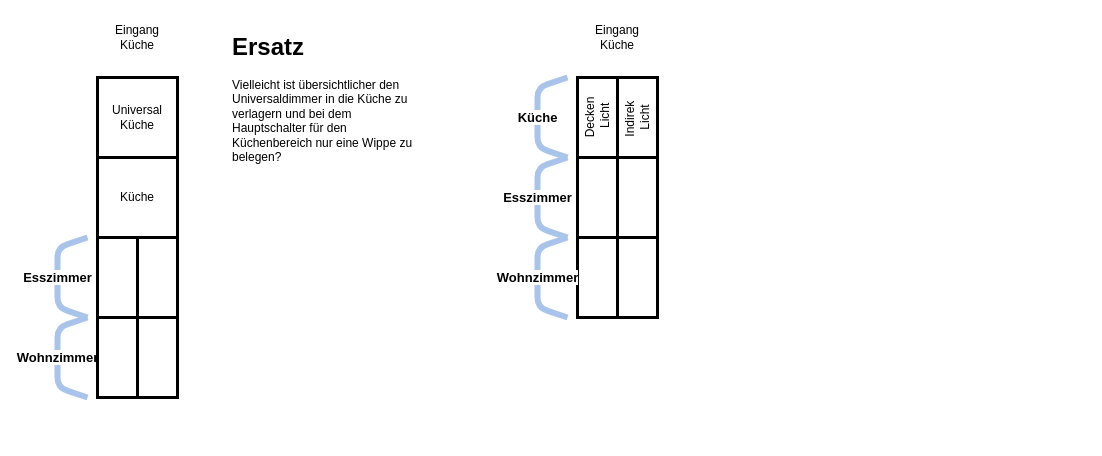
Before: page "Configuration Enchufes" (2 of 2) of images.obergeschoss.plan-electrico/20200329/obergeschoss.plan-electrico.drawio in carloscorva/me.haus.ourhomeisourcastle, a draw.io diagram. Source tidied: cells renumbered, new cells numbered last; positions are measured from the earlier drawing's top-left corner, leaving out a move shared by most shapes. Both pictures are drawn from the tidied source at 100%, with x=0, y=0 at pixel (57, 27).
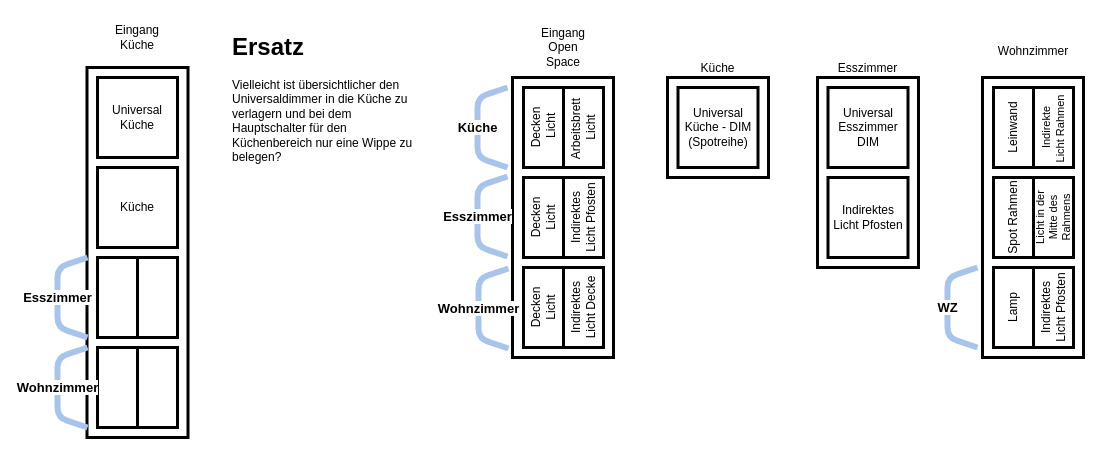
The same diagram, later.

Diff of the diagram source:
```diff
@@
+    <mxCell id="27" value="Esszimmer" style="rounded=0;whiteSpace=wrap;html=1;direction=south;strokeWidth=3;verticalAlign=bottom;labelPosition=center;verticalLabelPosition=top;align=center;" parent="1" vertex="1">
+      <mxGeometry x="760" y="50" width="101" height="190" as="geometry" />
+    </mxCell>
+    <mxCell id="28" value="Küche" style="rounded=0;whiteSpace=wrap;html=1;direction=south;strokeWidth=3;labelPosition=center;verticalLabelPosition=top;align=center;verticalAlign=bottom;" parent="1" vertex="1">
+      <mxGeometry x="610" y="50" width="101" height="100" as="geometry" />
+    </mxCell>
+    <mxCell id="29" style="rounded=0;whiteSpace=wrap;html=1;direction=south;strokeWidth=3;" parent="1" vertex="1">
+      <mxGeometry x="29.5" y="40" width="101" height="370" as="geometry" />
+    </mxCell>
+    <mxCell id="13" style="group;verticalAlign=bottom;horizontal=1;" parent="1" vertex="1">
+      <mxGeometry x="466" y="60" width="90" height="270" as="geometry" />
+    </mxCell>
+    <mxCell id="30" style="rounded=0;whiteSpace=wrap;html=1;direction=south;strokeWidth=3;" parent="13" vertex="1">
+      <mxGeometry x="-11" y="-10" width="101" height="280" as="geometry" />
+    </mxCell>
+    <mxCell id="14" value="Decken&lt;br&gt;&amp;nbsp;Licht" style="rounded=0;whiteSpace=wrap;html=1;strokeWidth=3;horizontal=0;" parent="13" vertex="1">
+      <mxGeometry width="40" height="80" as="geometry" />
+    </mxCell>
+    <mxCell id="15" value="Arbeitsbrett&amp;nbsp;&lt;br&gt;Licht" style="rounded=0;whiteSpace=wrap;html=1;strokeWidth=3;horizontal=0;" parent="13" vertex="1">
+      <mxGeometry x="40" width="40" height="80" as="geometry" />
+    </mxCell>
@@
     <mxCell id="5" value="Küche" style="whiteSpace=wrap;html=1;strokeWidth=3;" parent="1" vertex="1">
-      <mxGeometry x="40" y="130" width="80" height="80" as="geometry" />
+      <mxGeometry x="40" y="140" width="80" height="80" as="geometry" />
     </mxCell>
-    <mxCell id="6" value="Wohnzimmer" style="endArrow=none;html=1;strokeColor=#A9C4EB;strokeWidth=6;fontSize=13;fontStyle=1;" parent="1" edge="1">
-      <mxGeometry relative="1" as="geometry">
-        <mxPoint x="30" y="370" as="sourcePoint" />
-        <mxPoint x="30" y="290" as="targetPoint" />
-        <Array as="points">
-          <mxPoint y="360" />
-          <mxPoint y="300" />
-        </Array>
-      </mxGeometry>
-    </mxCell>
     <mxCell id="7" style="group;" parent="1" vertex="1">
-      <mxGeometry x="40" y="210" width="80" height="80" as="geometry" />
+      <mxGeometry x="40" y="230" width="80" height="80" as="geometry" />
     </mxCell>
@@
     <mxCell id="10" style="group;" parent="1" vertex="1">
-      <mxGeometry x="40" y="290" width="80" height="80" as="geometry" />
+      <mxGeometry x="40" y="320" width="80" height="80" as="geometry" />
     </mxCell>
@@
-    <mxCell id="13" style="group;verticalAlign=bottom;horizontal=1;" parent="1" vertex="1">
-      <mxGeometry x="520" y="50" width="80" height="80" as="geometry" />
-    </mxCell>
-    <mxCell id="14" value="Decken&lt;br&gt;&amp;nbsp;Licht" style="rounded=0;whiteSpace=wrap;html=1;strokeWidth=3;horizontal=0;" parent="13" vertex="1">
-      <mxGeometry width="40" height="80" as="geometry" />
-    </mxCell>
-    <mxCell id="15" value="Indirek&amp;nbsp;&lt;br&gt;Licht" style="rounded=0;whiteSpace=wrap;html=1;strokeWidth=3;horizontal=0;" parent="13" vertex="1">
-      <mxGeometry x="40" width="40" height="80" as="geometry" />
-    </mxCell>
-    <mxCell id="16" style="group;" parent="1" vertex="1">
-      <mxGeometry x="520" y="130" width="80" height="80" as="geometry" />
+    <mxCell id="16" style="group;horizontal=0;verticalAlign=middle;" parent="1" vertex="1">
+      <mxGeometry x="466" y="150" width="80" height="80" as="geometry" />
     </mxCell>
-    <mxCell id="17" style="rounded=0;whiteSpace=wrap;html=1;strokeWidth=3;" parent="16" vertex="1">
+    <mxCell id="17" value="Decken&lt;br&gt;Licht" style="rounded=0;whiteSpace=wrap;html=1;strokeWidth=3;verticalAlign=middle;horizontal=0;" parent="16" vertex="1">
       <mxGeometry width="40" height="80" as="geometry" />
     </mxCell>
-    <mxCell id="18" style="rounded=0;whiteSpace=wrap;html=1;strokeWidth=3;" parent="16" vertex="1">
+    <mxCell id="18" value="Indirektes&lt;br&gt;Licht Pfosten" style="rounded=0;whiteSpace=wrap;html=1;strokeWidth=3;horizontal=0;" parent="16" vertex="1">
       <mxGeometry x="40" width="40" height="80" as="geometry" />
     </mxCell>
-    <mxCell id="19" style="group;" parent="1" vertex="1">
-      <mxGeometry x="520" y="210" width="80" height="80" as="geometry" />
+    <mxCell id="19" style="group;horizontal=0;verticalAlign=middle;" parent="1" vertex="1">
+      <mxGeometry x="466" y="240" width="80" height="80" as="geometry" />
     </mxCell>
-    <mxCell id="20" style="rounded=0;whiteSpace=wrap;html=1;strokeWidth=3;" parent="19" vertex="1">
+    <mxCell id="20" value="Decken&lt;br&gt;Licht" style="rounded=0;whiteSpace=wrap;html=1;strokeWidth=3;horizontal=0;" parent="19" vertex="1">
       <mxGeometry width="40" height="80" as="geometry" />
     </mxCell>
-    <mxCell id="21" style="rounded=0;whiteSpace=wrap;html=1;strokeWidth=3;" parent="19" vertex="1">
+    <mxCell id="21" value="Indirektes Licht Decke" style="rounded=0;whiteSpace=wrap;html=1;strokeWidth=3;horizontal=0;" parent="19" vertex="1">
       <mxGeometry x="40" width="40" height="80" as="geometry" />
     </mxCell>
     <mxCell id="22" value="Esszimmer" style="endArrow=none;html=1;strokeColor=#A9C4EB;strokeWidth=6;fontSize=13;fontStyle=1;" parent="1" edge="1">
       <mxGeometry relative="1" as="geometry">
-        <mxPoint x="30" y="290" as="sourcePoint" />
-        <mxPoint x="30" y="210" as="targetPoint" />
+        <mxPoint x="30" y="310" as="sourcePoint" />
+        <mxPoint x="30" y="230" as="targetPoint" />
         <Array as="points">
-          <mxPoint y="280" />
-          <mxPoint y="220" />
+          <mxPoint y="300" />
+          <mxPoint y="240" />
         </Array>
       </mxGeometry>
     </mxCell>
     <mxCell id="23" value="Küche" style="endArrow=none;html=1;strokeColor=#A9C4EB;strokeWidth=6;fontStyle=1;fontSize=13;" parent="1" edge="1">
       <mxGeometry relative="1" as="geometry">
-        <mxPoint x="510" y="130" as="sourcePoint" />
-        <mxPoint x="510" y="50" as="targetPoint" />
+        <mxPoint x="450" y="140" as="sourcePoint" />
+        <mxPoint x="450" y="60" as="targetPoint" />
         <Array as="points">
-          <mxPoint x="480" y="120" />
-          <mxPoint x="480" y="60" />
+          <mxPoint x="420" y="130" />
+          <mxPoint x="420" y="70" />
         </Array>
       </mxGeometry>
     </mxCell>
     <mxCell id="24" value="Esszimmer" style="endArrow=none;html=1;strokeColor=#A9C4EB;strokeWidth=6;fontSize=13;fontStyle=1;" parent="1" edge="1">
       <mxGeometry relative="1" as="geometry">
-        <mxPoint x="510" y="210" as="sourcePoint" />
-        <mxPoint x="510" y="130" as="targetPoint" />
+        <mxPoint x="450" y="229" as="sourcePoint" />
+        <mxPoint x="450" y="149" as="targetPoint" />
         <Array as="points">
-          <mxPoint x="480" y="200" />
-          <mxPoint x="480" y="140" />
+          <mxPoint x="420" y="219" />
+          <mxPoint x="420" y="159" />
         </Array>
       </mxGeometry>
     </mxCell>
     <mxCell id="25" value="Wohnzimmer" style="endArrow=none;html=1;strokeColor=#A9C4EB;strokeWidth=6;fontSize=13;fontStyle=1;" parent="1" edge="1">
       <mxGeometry relative="1" as="geometry">
-        <mxPoint x="510" y="290" as="sourcePoint" />
-        <mxPoint x="510" y="210" as="targetPoint" />
+        <mxPoint x="451" y="321" as="sourcePoint" />
+        <mxPoint x="451" y="241" as="targetPoint" />
         <Array as="points">
-          <mxPoint x="480" y="280" />
-          <mxPoint x="480" y="220" />
+          <mxPoint x="421" y="311" />
+          <mxPoint x="421" y="251" />
         </Array>
       </mxGeometry>
     </mxCell>
-    <mxCell id="26" value="Eingang Küche" style="text;html=1;strokeColor=none;fillColor=none;align=center;verticalAlign=middle;whiteSpace=wrap;rounded=0;" parent="1" vertex="1">
-      <mxGeometry x="540" width="40" height="20" as="geometry" />
+    <mxCell id="26" value="Eingang Open Space" style="text;html=1;strokeColor=none;fillColor=none;align=center;verticalAlign=middle;whiteSpace=wrap;rounded=0;" parent="1" vertex="1">
+      <mxGeometry x="486" y="10" width="40" height="20" as="geometry" />
     </mxCell>
+    <mxCell id="6" value="Wohnzimmer" style="endArrow=none;html=1;strokeColor=#A9C4EB;strokeWidth=6;fontSize=13;fontStyle=1;" parent="1" edge="1">
+      <mxGeometry relative="1" as="geometry">
+        <mxPoint x="30" y="400" as="sourcePoint" />
+        <mxPoint x="30" y="320" as="targetPoint" />
+        <Array as="points">
+          <mxPoint y="390" />
+          <mxPoint y="330" />
+        </Array>
+      </mxGeometry>
+    </mxCell>
+    <mxCell id="31" value="Universal&lt;br&gt;Küche - DIM&lt;br&gt;(Spotreihe)" style="whiteSpace=wrap;html=1;strokeWidth=3;" parent="1" vertex="1">
+      <mxGeometry x="620.5" y="60" width="80" height="80" as="geometry" />
+    </mxCell>
+    <mxCell id="32" value="Universal&lt;br&gt;Esszimmer&lt;br&gt;DIM" style="whiteSpace=wrap;html=1;strokeWidth=3;" parent="1" vertex="1">
+      <mxGeometry x="770.5" y="60" width="80" height="80" as="geometry" />
+    </mxCell>
+    <mxCell id="33" value="&lt;span style=&quot;background-color: rgb(255 , 255 , 255)&quot;&gt;Indirektes&lt;/span&gt;&lt;br&gt;&lt;span style=&quot;background-color: rgb(255 , 255 , 255)&quot;&gt;Licht Pfosten&lt;/span&gt;" style="whiteSpace=wrap;html=1;strokeWidth=3;" parent="1" vertex="1">
+      <mxGeometry x="770.5" y="150" width="80" height="80" as="geometry" />
+    </mxCell>
+    <mxCell id="34" style="group;verticalAlign=bottom;horizontal=1;" parent="1" vertex="1">
+      <mxGeometry x="936" y="60" width="90" height="270" as="geometry" />
+    </mxCell>
+    <mxCell id="35" style="rounded=0;whiteSpace=wrap;html=1;direction=south;strokeWidth=3;" parent="34" vertex="1">
+      <mxGeometry x="-11" y="-10" width="101" height="280" as="geometry" />
+    </mxCell>
+    <mxCell id="36" value="Leinwand" style="rounded=0;whiteSpace=wrap;html=1;strokeWidth=3;horizontal=0;" parent="34" vertex="1">
+      <mxGeometry width="40" height="80" as="geometry" />
+    </mxCell>
+    <mxCell id="37" value="Indirekte&lt;br&gt;Licht Rahmen&amp;nbsp;" style="rounded=0;whiteSpace=wrap;html=1;strokeWidth=3;horizontal=0;fontSize=11;" parent="34" vertex="1">
+      <mxGeometry x="40" width="40" height="80" as="geometry" />
+    </mxCell>
+    <mxCell id="38" style="group;horizontal=0;verticalAlign=middle;" parent="1" vertex="1">
+      <mxGeometry x="936" y="150" width="80" height="80" as="geometry" />
+    </mxCell>
+    <mxCell id="39" value="Spot Rahmen" style="rounded=0;whiteSpace=wrap;html=1;strokeWidth=3;verticalAlign=middle;horizontal=0;" parent="38" vertex="1">
+      <mxGeometry width="40" height="80" as="geometry" />
+    </mxCell>
+    <mxCell id="40" value="Licht in der Mitte des Rahmens" style="rounded=0;whiteSpace=wrap;html=1;strokeWidth=3;horizontal=0;fontSize=11;" parent="38" vertex="1">
+      <mxGeometry x="40" width="40" height="80" as="geometry" />
+    </mxCell>
+    <mxCell id="41" style="group;horizontal=0;verticalAlign=middle;" parent="1" vertex="1">
+      <mxGeometry x="936" y="240" width="80" height="80" as="geometry" />
+    </mxCell>
+    <mxCell id="42" value="Lamp" style="rounded=0;whiteSpace=wrap;html=1;strokeWidth=3;horizontal=0;" parent="41" vertex="1">
+      <mxGeometry width="40" height="80" as="geometry" />
+    </mxCell>
+    <mxCell id="43" value="Indirektes Licht Pfosten" style="rounded=0;whiteSpace=wrap;html=1;strokeWidth=3;horizontal=0;" parent="41" vertex="1">
+      <mxGeometry x="40" width="40" height="80" as="geometry" />
+    </mxCell>
+    <mxCell id="44" value="WZ" style="endArrow=none;html=1;strokeColor=#A9C4EB;strokeWidth=6;fontSize=13;fontStyle=1;" parent="1" edge="1">
+      <mxGeometry relative="1" as="geometry">
+        <mxPoint x="920" y="320" as="sourcePoint" />
+        <mxPoint x="920" y="240" as="targetPoint" />
+        <Array as="points">
+          <mxPoint x="890" y="310" />
+          <mxPoint x="890" y="250" />
+        </Array>
+      </mxGeometry>
+    </mxCell>
+    <mxCell id="45" value="Wohnzimmer" style="text;html=1;strokeColor=none;fillColor=none;align=center;verticalAlign=top;whiteSpace=wrap;rounded=0;" parent="1" vertex="1">
+      <mxGeometry x="956" y="10" width="40" height="20" as="geometry" />
+    </mxCell>
```
